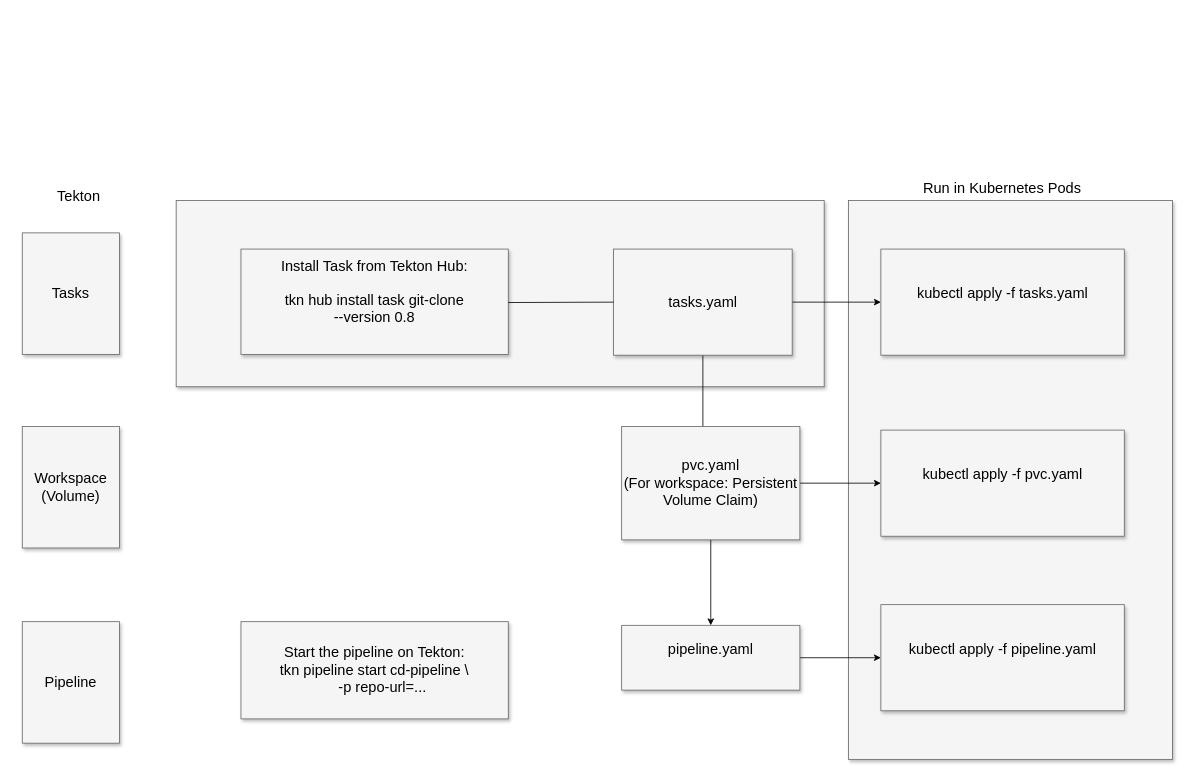
Earlier version of the draw.io diagram Unbenanntes Diagramm.drawio (MatLange/CICD-Pipeline-with-GithubActions-Docker). Source tidied: cells renumbered, new cells numbered last; positions are measured from the earlier drawing's top-left corner, leaving out a move shared by most shapes. Both pictures are drawn from the tidied source at 81%, with x=0, y=0 at pixel (14, 176).
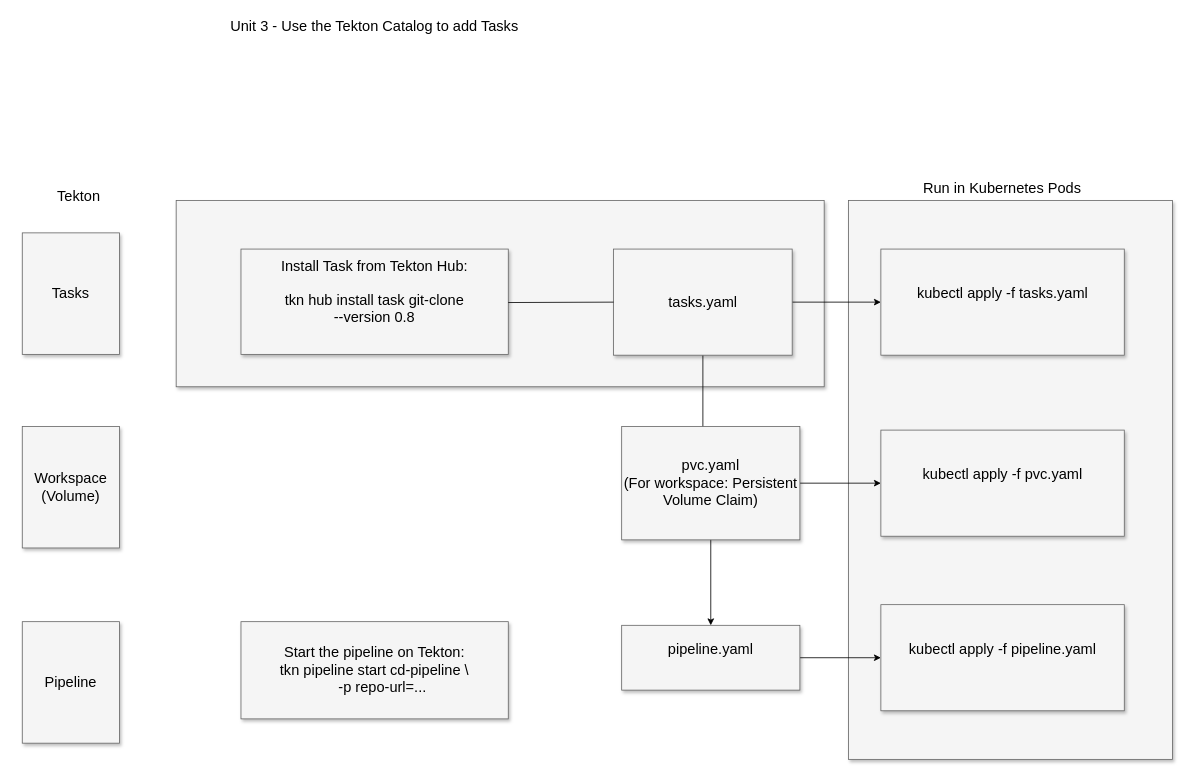
The same page after the edit.

Commit message:
Add Tekton Catalog Text

Diff of the diagram source:
```diff
@@
+    <mxCell id="22" value="Unit 3 - Use the Tekton Catalog to add Tasks" style="text;html=1;align=center;verticalAlign=middle;whiteSpace=wrap;rounded=0;fontSize=18;" parent="1" vertex="1">
+      <mxGeometry x="260" y="-200" width="370" height="30" as="geometry" />
+    </mxCell>
```
